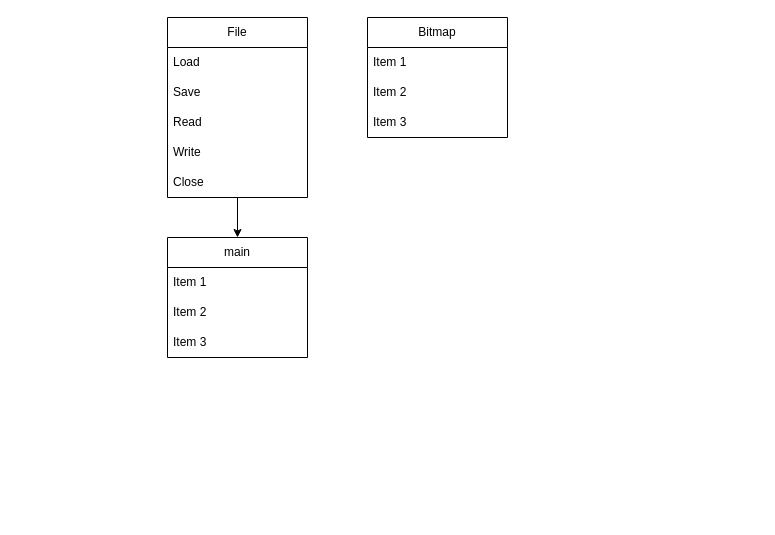
Earlier version of the draw.io diagram Diagramme Steganographie.drawio (Edouard-Laffont/Steganographie-Schema). Source tidied: cells renumbered, new cells numbered last; positions are measured from the earlier drawing's top-left corner, leaving out a move shared by most shapes. Both pictures are drawn from the tidied source at 100%, with x=0, y=0 at pixel (167, 17).
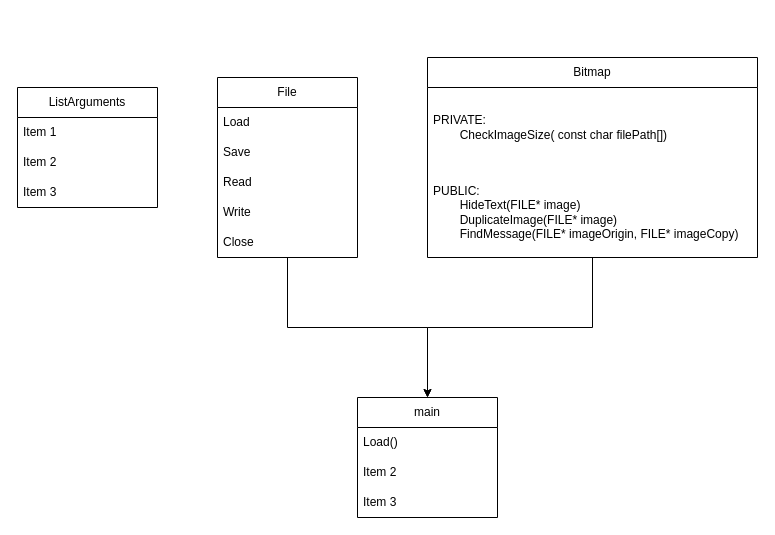
After the change.

Commit message (it also covers changes not shown here):
Mettre à jour Diagramme Steganographie.drawio

Diff of the diagram source:
```diff
@@
     <mxCell id="2" value="main" style="swimlane;fontStyle=0;horizontal=1;startSize=30;whiteSpace=wrap;html=1;" parent="1" vertex="1">
-      <mxGeometry y="220" width="140" height="120" as="geometry" />
+      <mxGeometry x="190" y="380" width="140" height="120" as="geometry" />
     </mxCell>
-    <mxCell id="3" value="Item 1" style="text;strokeColor=none;fillColor=none;align=left;verticalAlign=middle;spacingLeft=4;spacingRight=4;overflow=hidden;whiteSpace=wrap;html=1;" parent="2" vertex="1">
+    <mxCell id="3" value="Load()" style="text;strokeColor=none;fillColor=none;align=left;verticalAlign=middle;spacingLeft=4;spacingRight=4;overflow=hidden;whiteSpace=wrap;html=1;" parent="2" vertex="1">
       <mxGeometry y="30" width="140" height="30" as="geometry" />
     </mxCell>
@@
     <mxCell id="7" value="File" style="swimlane;fontStyle=0;horizontal=1;startSize=30;whiteSpace=wrap;html=1;" parent="1" vertex="1">
-      <mxGeometry width="140" height="180" as="geometry" />
+      <mxGeometry x="50" y="60" width="140" height="180" as="geometry" />
     </mxCell>
@@
+    <mxCell id="17" style="edgeStyle=orthogonalEdgeStyle;rounded=0;jettySize=auto;html=1;entryX=0.5;entryY=0;entryDx=0;entryDy=0;defaultLabelBackgroundColor=page;labelPadding=0 4;" parent="1" edge="1" source="13" target="2">
+      <mxGeometry relative="1" as="geometry" />
+    </mxCell>
     <mxCell id="13" value="Bitmap" style="swimlane;fontStyle=0;horizontal=1;startSize=30;whiteSpace=wrap;html=1;" parent="1" vertex="1">
-      <mxGeometry x="200" width="140" height="120" as="geometry" />
+      <mxGeometry x="260" y="40" width="330" height="200" as="geometry" />
     </mxCell>
+    <mxCell id="16" value="PRIVATE:&lt;div&gt;&lt;span style=&quot;white-space: pre;&quot;&gt;&#9;&lt;/span&gt;CheckImageSize( const char filePath[])&lt;br&gt;&lt;/div&gt;" style="text;strokeColor=none;fillColor=none;align=left;verticalAlign=middle;spacingLeft=4;spacingRight=4;overflow=hidden;whiteSpace=wrap;html=1;" parent="13" vertex="1">
+      <mxGeometry y="30" width="330" height="80" as="geometry" />
+    </mxCell>
-    <mxCell id="14" value="Item 1" style="text;strokeColor=none;fillColor=none;align=left;verticalAlign=middle;spacingLeft=4;spacingRight=4;overflow=hidden;whiteSpace=wrap;html=1;" parent="13" vertex="1">
-      <mxGeometry y="30" width="140" height="30" as="geometry" />
+    <mxCell id="14" value="&lt;div&gt;PUBLIC:&lt;/div&gt;&lt;span style=&quot;white-space: pre;&quot;&gt;&#9;&lt;/span&gt;HideText(FILE* image)&lt;div&gt;&lt;span style=&quot;white-space: pre;&quot;&gt;&#9;&lt;/span&gt;DuplicateImage(FILE* image)&lt;br&gt;&lt;div&gt;&lt;span style=&quot;white-space: pre;&quot;&gt;&#9;&lt;/span&gt;FindMessage(FILE* imageOrigin, FILE* imageCopy)&lt;br&gt;&lt;/div&gt;&lt;/div&gt;" style="text;strokeColor=none;fillColor=none;align=left;verticalAlign=middle;spacingLeft=4;spacingRight=4;overflow=hidden;whiteSpace=wrap;html=1;" parent="13" vertex="1">
+      <mxGeometry y="110" width="330" height="90" as="geometry" />
     </mxCell>
+    <mxCell id="18" value="ListArguments" style="swimlane;fontStyle=0;horizontal=1;startSize=30;whiteSpace=wrap;html=1;" parent="1" vertex="1">
+      <mxGeometry x="-150" y="70" width="140" height="120" as="geometry" />
+    </mxCell>
+    <mxCell id="19" value="Item 1" style="text;strokeColor=none;fillColor=none;align=left;verticalAlign=middle;spacingLeft=4;spacingRight=4;overflow=hidden;whiteSpace=wrap;html=1;" parent="18" vertex="1">
+      <mxGeometry y="30" width="140" height="30" as="geometry" />
+    </mxCell>
-    <mxCell id="15" value="Item 2" style="text;strokeColor=none;fillColor=none;align=left;verticalAlign=middle;spacingLeft=4;spacingRight=4;overflow=hidden;whiteSpace=wrap;html=1;" parent="13" vertex="1">
+    <mxCell id="15" value="Item 2" style="text;strokeColor=none;fillColor=none;align=left;verticalAlign=middle;spacingLeft=4;spacingRight=4;overflow=hidden;whiteSpace=wrap;html=1;" parent="18" vertex="1">
       <mxGeometry y="60" width="140" height="30" as="geometry" />
     </mxCell>
-    <mxCell id="16" value="Item 3" style="text;strokeColor=none;fillColor=none;align=left;verticalAlign=middle;spacingLeft=4;spacingRight=4;overflow=hidden;whiteSpace=wrap;html=1;" parent="13" vertex="1">
-      <mxGeometry y="90" width="140" height="30" as="geometry" />
-    </mxCell>
+    <mxCell id="20" value="Item 3" style="text;strokeColor=none;fillColor=none;align=left;verticalAlign=middle;spacingLeft=4;spacingRight=4;overflow=hidden;whiteSpace=wrap;html=1;" parent="18" vertex="1">
+      <mxGeometry y="90" width="140" height="30" as="geometry" />
+    </mxCell>
```
